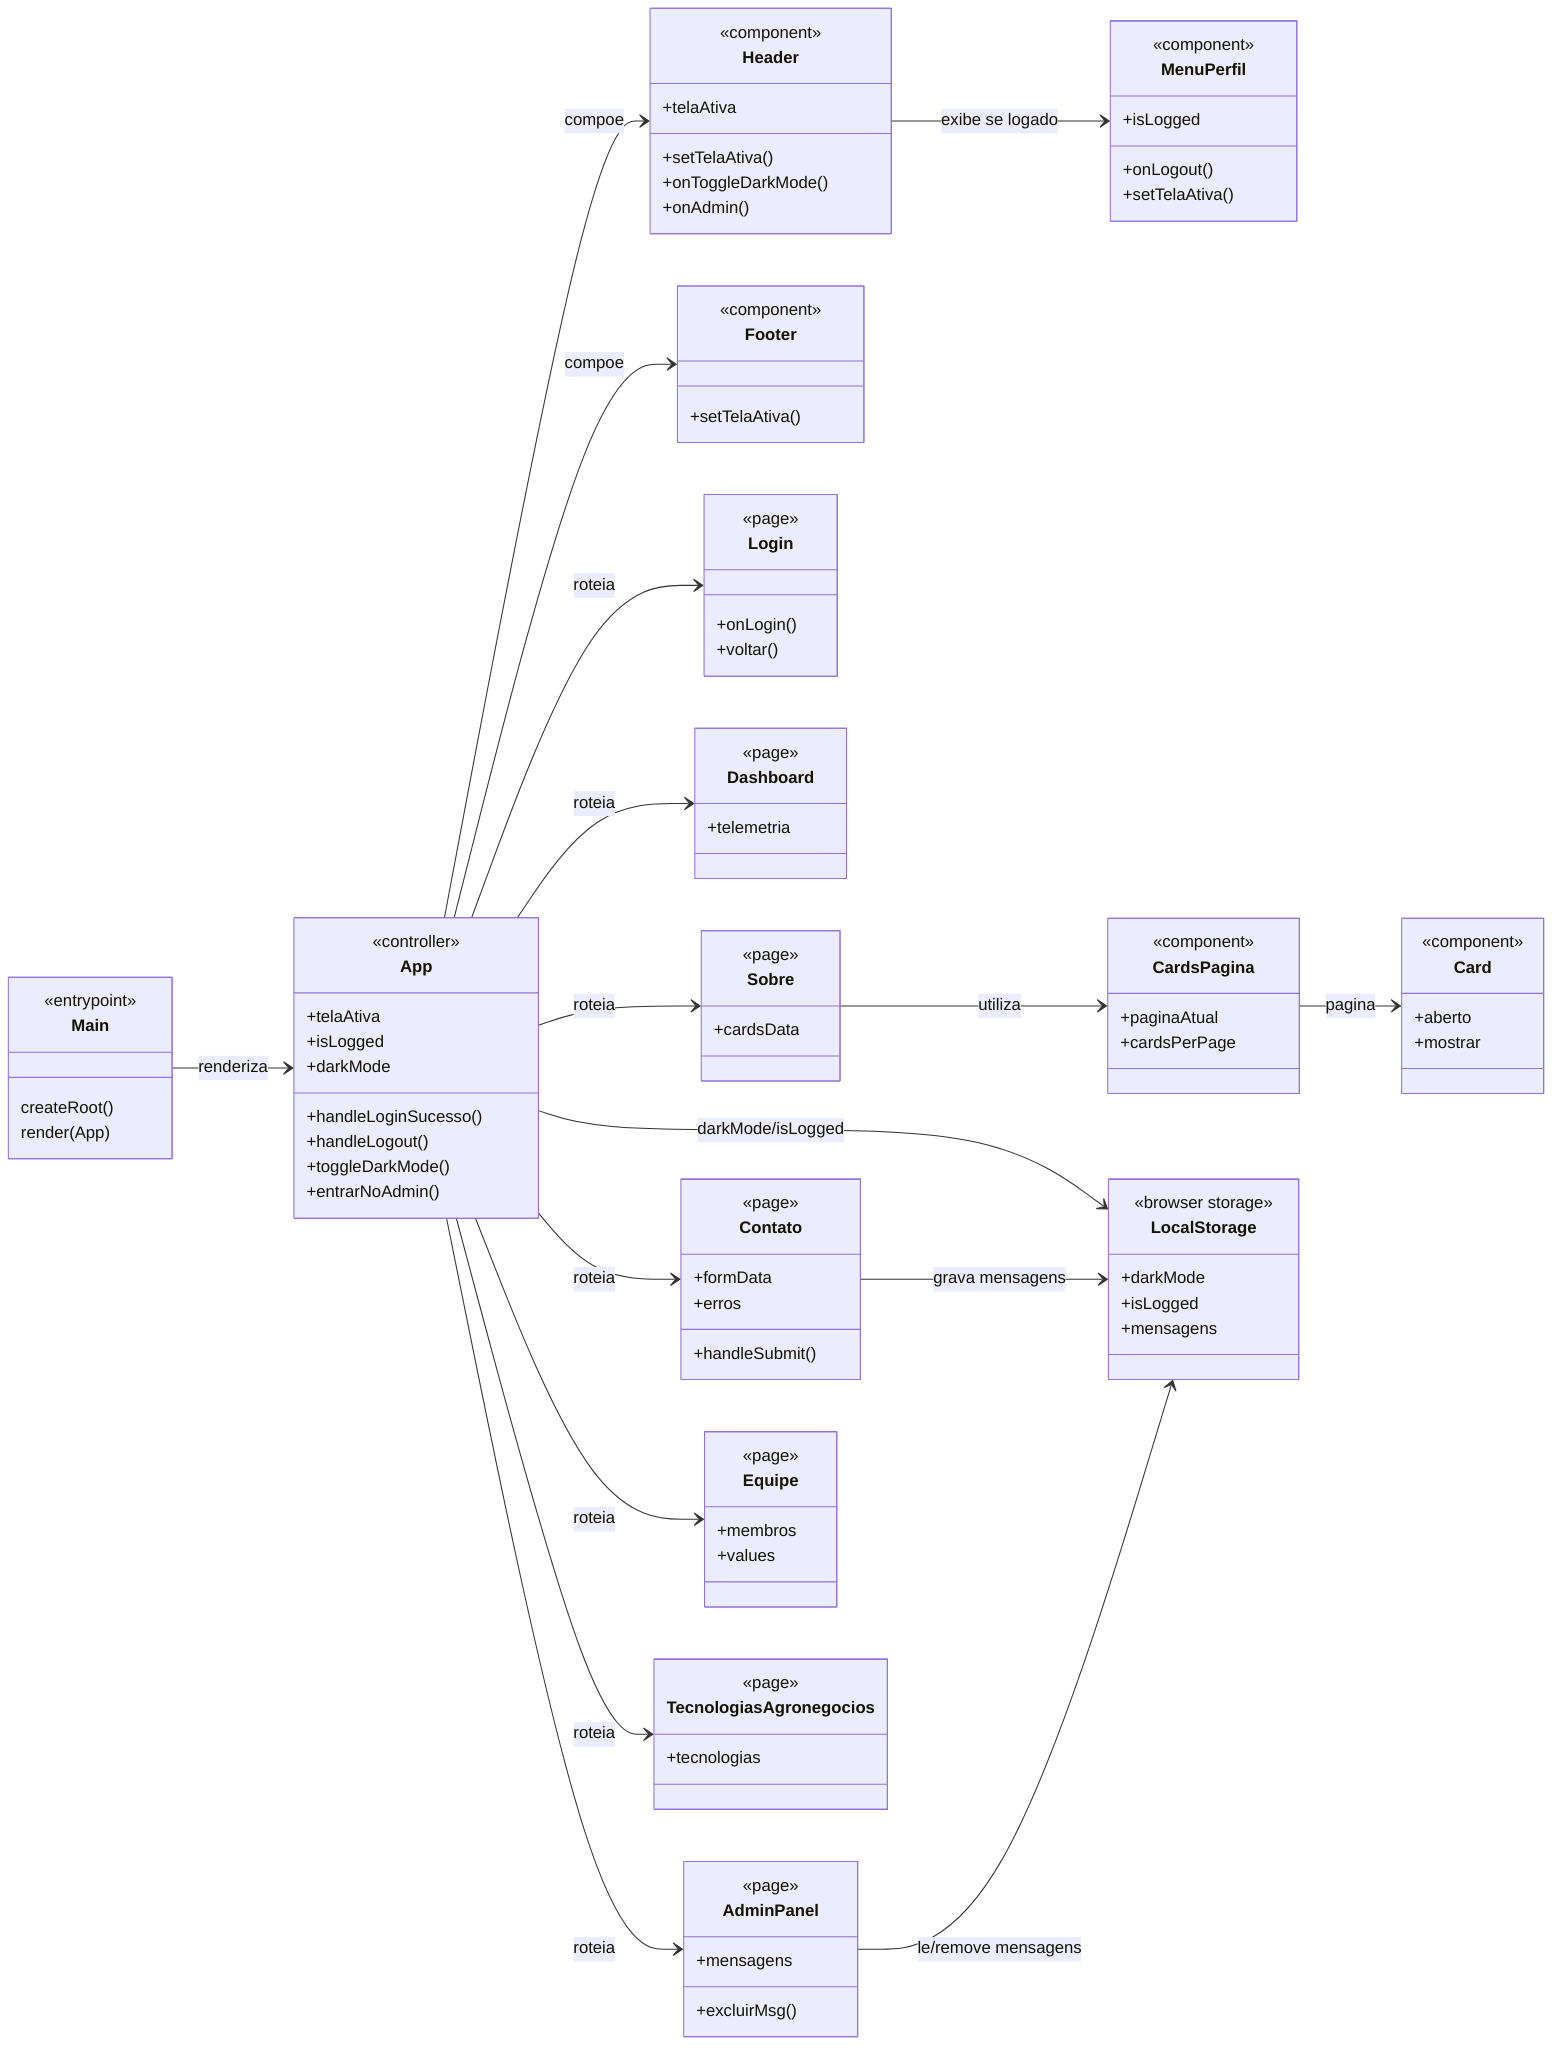
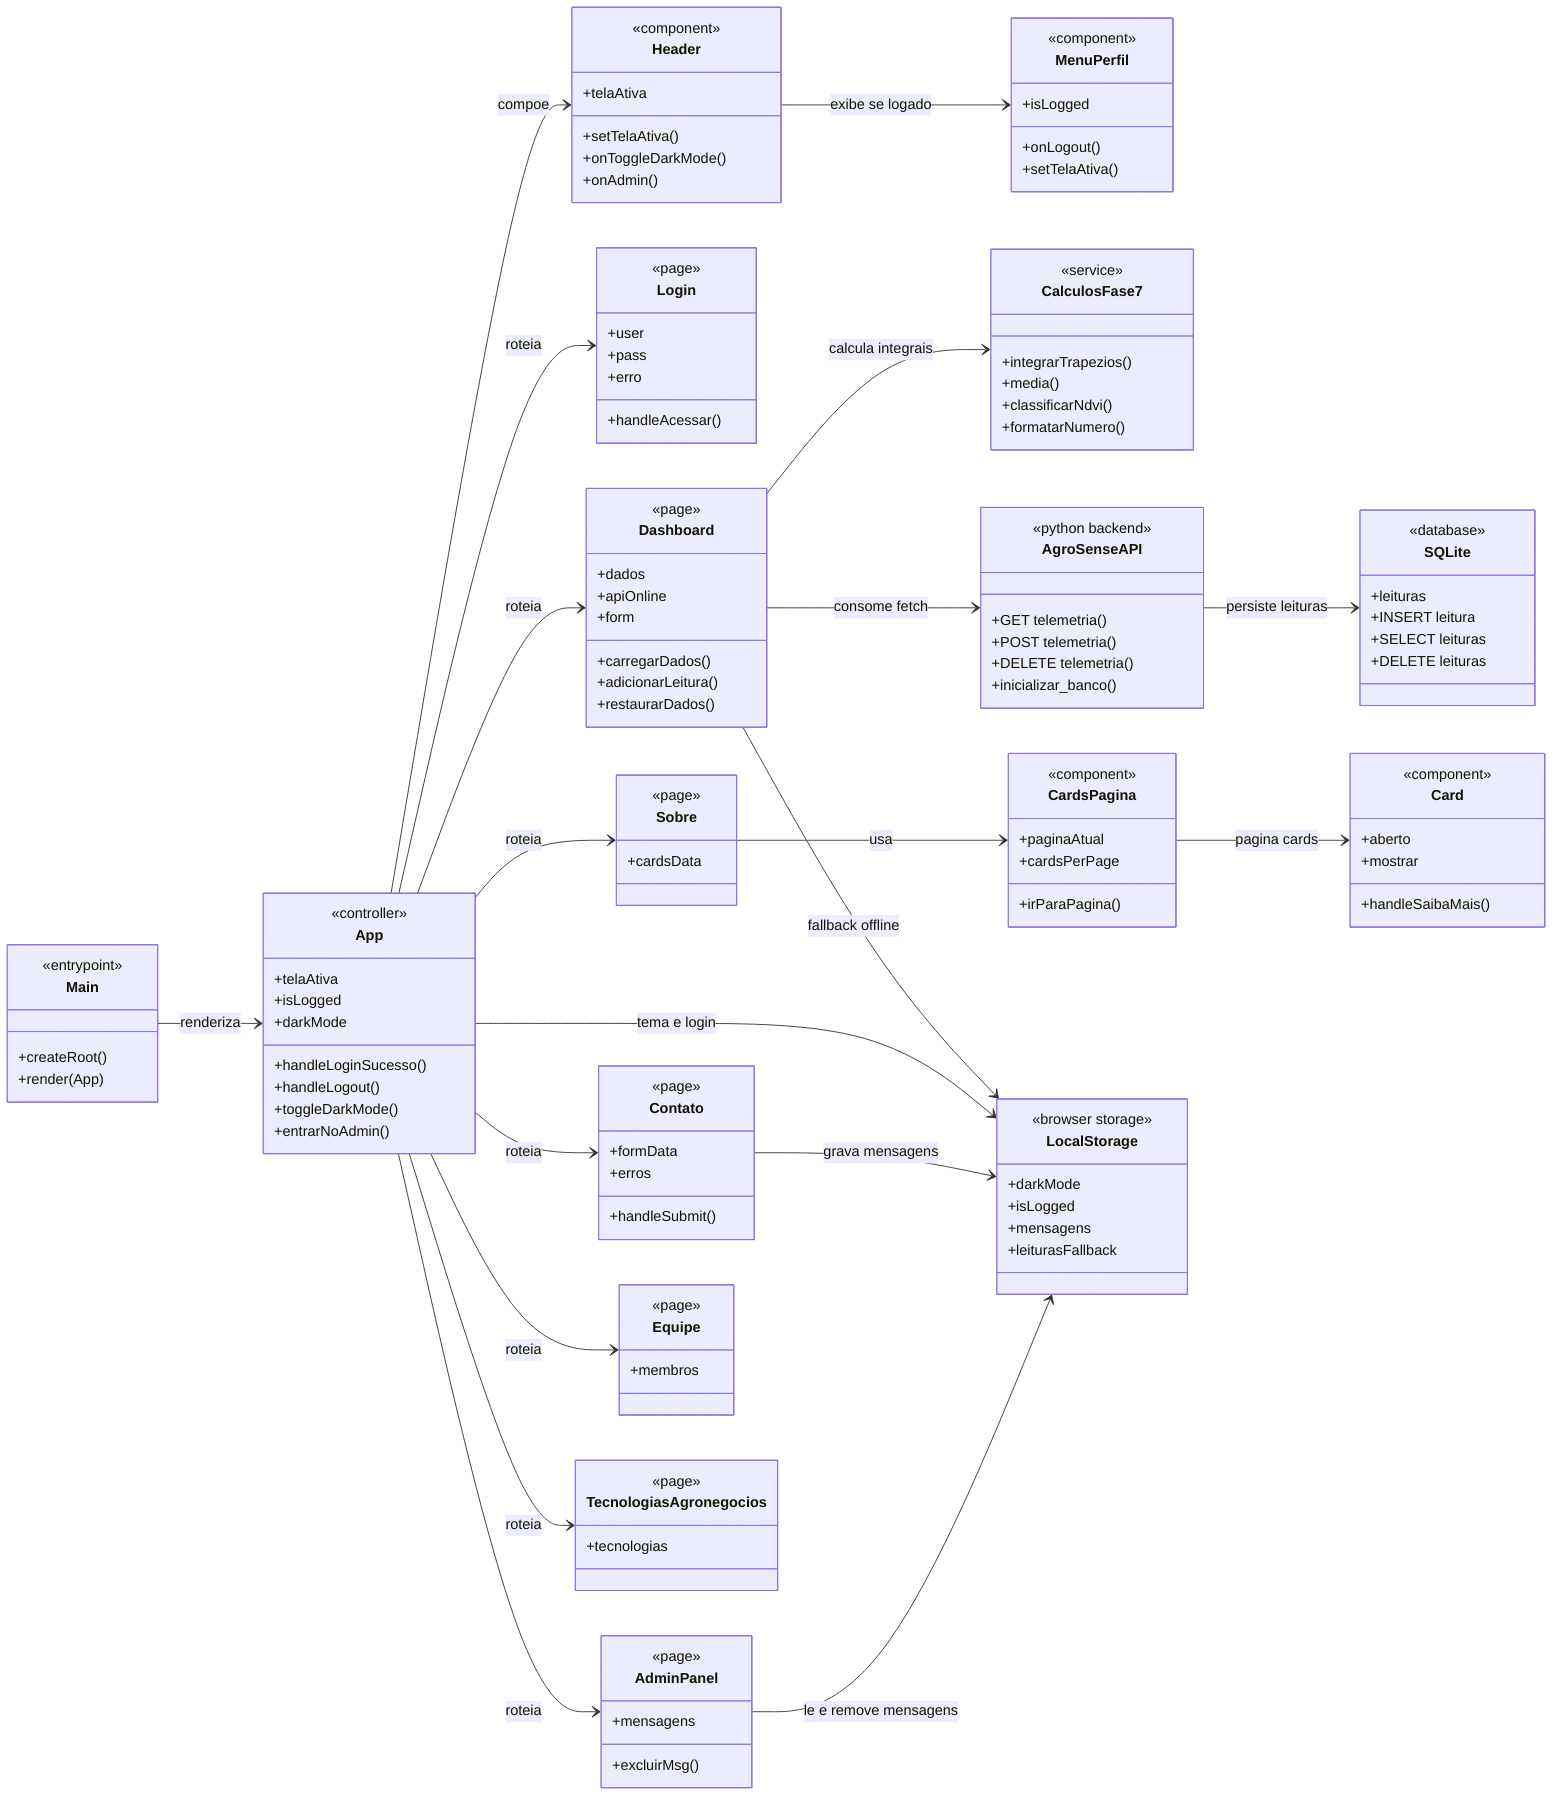
classDiagram
direction LR

class Main {
  <<entrypoint>>
-   createRoot()
-   render(App)
+   +createRoot()
+   +render(App)
}

class App {
  <<controller>>
  +telaAtiva
  +isLogged
  +darkMode
  +handleLoginSucesso()
  +handleLogout()
  +toggleDarkMode()
  +entrarNoAdmin()
}

class Header {
  <<component>>
  +telaAtiva
  +setTelaAtiva()
  +onToggleDarkMode()
  +onAdmin()
}

- class Footer {
-   <<component>>
-   +setTelaAtiva()
- }
- 
class MenuPerfil {
  <<component>>
  +isLogged
  +onLogout()
  +setTelaAtiva()
}

class Login {
  <<page>>
-   +onLogin()
-   +voltar()
+   +user
+   +pass
+   +erro
+   +handleAcessar()
}

class Dashboard {
  <<page>>
-   +telemetria
+   +dados
+   +apiOnline
+   +form
+   +carregarDados()
+   +adicionarLeitura()
+   +restaurarDados()
+ }
+ 
+ class CalculosFase7 {
+   <<service>>
+   +integrarTrapezios()
+   +media()
+   +classificarNdvi()
+   +formatarNumero()
+ }
+ 
+ class AgroSenseAPI {
+   <<python backend>>
+   +GET telemetria()
+   +POST telemetria()
+   +DELETE telemetria()
+   +inicializar_banco()
+ }
+ 
+ class SQLite {
+   <<database>>
+   +leituras
+   +INSERT leitura
+   +SELECT leituras
+   +DELETE leituras
}

class Contato {
  <<page>>
  +formData
  +erros
  +handleSubmit()
}

class AdminPanel {
  <<page>>
  +mensagens
  +excluirMsg()
}

class Sobre {
  <<page>>
  +cardsData
}

class CardsPagina {
  <<component>>
  +paginaAtual
  +cardsPerPage
+   +irParaPagina()
}

class Card {
  <<component>>
  +aberto
  +mostrar
+   +handleSaibaMais()
}

class Equipe {
  <<page>>
  +membros
-   +values
}

class TecnologiasAgronegocios {
  <<page>>
  +tecnologias
}

class LocalStorage {
  <<browser storage>>
  +darkMode
  +isLogged
  +mensagens
+   +leiturasFallback
}

Main --> App : renderiza
App --> Header : compoe
- App --> Footer : compoe
+ Header --> MenuPerfil : exibe se logado
App --> Login : roteia
App --> Dashboard : roteia
App --> Contato : roteia
App --> AdminPanel : roteia
App --> Sobre : roteia
App --> Equipe : roteia
App --> TecnologiasAgronegocios : roteia
- Header --> MenuPerfil : exibe se logado
- Sobre --> CardsPagina : utiliza
- CardsPagina --> Card : pagina
- App --> LocalStorage : darkMode/isLogged
+ Sobre --> CardsPagina : usa
+ CardsPagina --> Card : pagina cards
+ Dashboard --> CalculosFase7 : calcula integrais
+ Dashboard --> AgroSenseAPI : consome fetch
+ AgroSenseAPI --> SQLite : persiste leituras
+ Dashboard --> LocalStorage : fallback offline
+ App --> LocalStorage : tema e login
Contato --> LocalStorage : grava mensagens
- AdminPanel --> LocalStorage : le/remove mensagens
+ AdminPanel --> LocalStorage : le e remove mensagens
